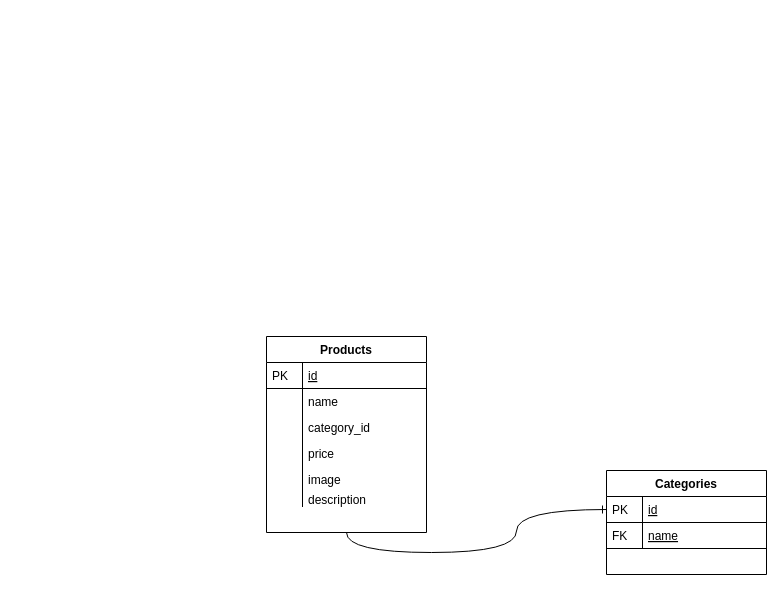
AdrianFadiga/e-commerce-api keeps this draw.io diagram as db/db-diagram/db-diagram.drawio. Above is the earlier version. Source tidied: cells renumbered, new cells numbered last; positions are measured from the earlier drawing's top-left corner, leaving out a move shared by most shapes. Both pictures are drawn from the tidied source at 100%, with x=0, y=0 at pixel (266, 336).
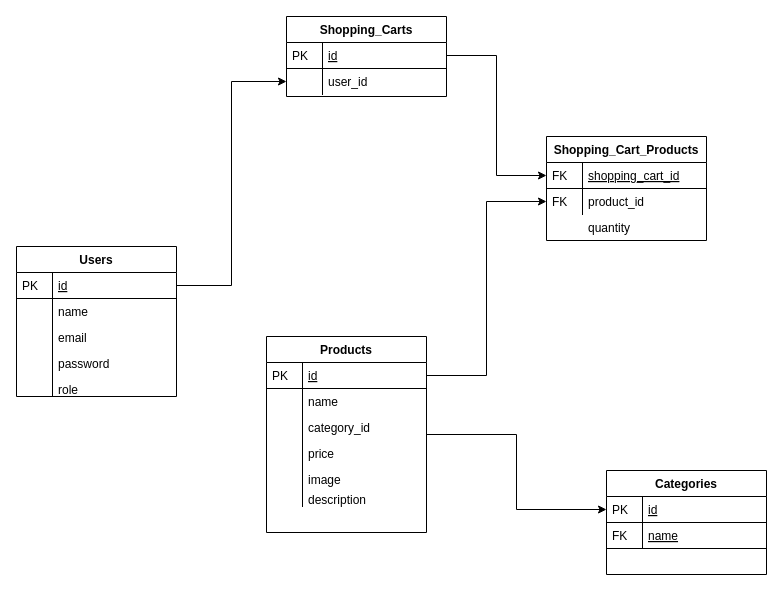
After the change.

The change refers to these unchanged cells:
```xml
<mxCell id="3" value="Products" style="swimlane;fontStyle=1;horizontal=1;startSize=26;rounded=0;shadow=0;strokeWidth=1;" parent="1" vertex="1">
  <mxGeometry width="160" height="196" as="geometry" />
</mxCell>
<mxCell id="4" value="id" style="shape=partialRectangle;top=0;left=0;right=0;bottom=1;align=left;verticalAlign=top;fillColor=none;spacingLeft=40;spacingRight=4;overflow=hidden;points=[[0,0.5],[1,0.5]];portConstraint=eastwest;rounded=0;shadow=0;strokeWidth=1;fontStyle=4;" parent="3" vertex="1">
  <mxGeometry y="26" width="160" height="26" as="geometry" />
</mxCell>
<mxCell id="17" value="id" style="shape=partialRectangle;top=0;left=0;right=0;bottom=1;align=left;verticalAlign=top;fillColor=none;spacingLeft=40;spacingRight=4;overflow=hidden;points=[[0,0.5],[1,0.5]];portConstraint=eastwest;rounded=0;shadow=0;strokeWidth=1;fontStyle=4;" parent="16" vertex="1">
  <mxGeometry y="26" width="160" height="26" as="geometry" />
</mxCell>
```

Change to the diagram source:
```diff
@@
-    <mxCell id="2" style="edgeStyle=orthogonalEdgeStyle;curved=1;jettySize=auto;html=1;exitX=0.5;exitY=1;exitDx=0;exitDy=0;endArrow=ERone;endFill=0;" parent="1" edge="1" source="3" target="17">
+    <mxCell id="2" style="edgeStyle=orthogonalEdgeStyle;rounded=0;jettySize=auto;html=1;entryX=0;entryY=0.5;entryDx=0;entryDy=0;" parent="1" edge="1" source="3" target="17">
       <mxGeometry relative="1" as="geometry" />
     </mxCell>
@@
+    <mxCell id="21" value="Users" style="swimlane;fontStyle=1;horizontal=1;startSize=26;rounded=0;shadow=0;strokeWidth=1;" parent="1" vertex="1">
+      <mxGeometry x="-250" y="-90" width="160" height="150" as="geometry" />
+    </mxCell>
+    <mxCell id="22" value="id" style="shape=partialRectangle;top=0;left=0;right=0;bottom=1;align=left;verticalAlign=top;fillColor=none;spacingLeft=40;spacingRight=4;overflow=hidden;points=[[0,0.5],[1,0.5]];portConstraint=eastwest;rounded=0;shadow=0;strokeWidth=1;fontStyle=4;" parent="21" vertex="1">
+      <mxGeometry y="26" width="160" height="26" as="geometry" />
+    </mxCell>
+    <mxCell id="23" value="PK" style="shape=partialRectangle;top=0;left=0;bottom=0;fillColor=none;align=left;verticalAlign=top;spacingLeft=4;spacingRight=4;overflow=hidden;" parent="22" vertex="1">
+      <mxGeometry width="36" height="26" as="geometry" />
+    </mxCell>
+    <mxCell id="24" value="name" style="shape=partialRectangle;top=0;left=0;right=0;bottom=0;align=left;verticalAlign=top;fillColor=none;spacingLeft=40;spacingRight=4;overflow=hidden;rounded=0;shadow=0;strokeWidth=1;" parent="21" vertex="1">
+      <mxGeometry y="52" width="160" height="26" as="geometry" />
+    </mxCell>
+    <mxCell id="25" style="shape=partialRectangle;top=0;left=0;bottom=0;fillColor=none;align=left;verticalAlign=top;spacingLeft=4;spacingRight=4;overflow=hidden;" parent="24" vertex="1">
+      <mxGeometry width="36" height="26" as="geometry" />
+    </mxCell>
+    <mxCell id="26" value="email" style="shape=partialRectangle;top=0;left=0;right=0;bottom=0;align=left;verticalAlign=top;fillColor=none;spacingLeft=40;spacingRight=4;overflow=hidden;rounded=0;shadow=0;strokeWidth=1;" parent="21" vertex="1">
+      <mxGeometry y="78" width="160" height="26" as="geometry" />
+    </mxCell>
+    <mxCell id="27" style="shape=partialRectangle;top=0;left=0;bottom=0;fillColor=none;align=left;verticalAlign=top;spacingLeft=4;spacingRight=4;overflow=hidden;" parent="26" vertex="1">
+      <mxGeometry width="36" height="26" as="geometry" />
+    </mxCell>
+    <mxCell id="28" value="password" style="shape=partialRectangle;top=0;left=0;right=0;bottom=0;align=left;verticalAlign=top;fillColor=none;spacingLeft=40;spacingRight=4;overflow=hidden;rounded=0;shadow=0;strokeWidth=1;" parent="21" vertex="1">
+      <mxGeometry y="104" width="160" height="26" as="geometry" />
+    </mxCell>
+    <mxCell id="29" style="shape=partialRectangle;top=0;left=0;bottom=0;fillColor=none;align=left;verticalAlign=top;spacingLeft=4;spacingRight=4;overflow=hidden;" parent="28" vertex="1">
+      <mxGeometry width="36" height="26" as="geometry" />
+    </mxCell>
+    <mxCell id="30" value="role" style="shape=partialRectangle;top=0;left=0;right=0;bottom=0;align=left;verticalAlign=top;fillColor=none;spacingLeft=40;spacingRight=4;overflow=hidden;rounded=0;shadow=0;strokeWidth=1;" parent="21" vertex="1">
+      <mxGeometry y="130" width="160" height="20" as="geometry" />
+    </mxCell>
+    <mxCell id="31" style="shape=partialRectangle;top=0;left=0;bottom=0;fillColor=none;align=left;verticalAlign=top;spacingLeft=4;spacingRight=4;overflow=hidden;" parent="30" vertex="1">
+      <mxGeometry width="36" height="20" as="geometry" />
+    </mxCell>
+    <mxCell id="32" value="Shopping_Carts" style="swimlane;fontStyle=1;horizontal=1;startSize=26;rounded=0;shadow=0;strokeWidth=1;" parent="1" vertex="1">
+      <mxGeometry x="20" y="-320" width="160" height="80" as="geometry" />
+    </mxCell>
+    <mxCell id="33" value="id" style="shape=partialRectangle;top=0;left=0;right=0;bottom=1;align=left;verticalAlign=top;fillColor=none;spacingLeft=40;spacingRight=4;overflow=hidden;points=[[0,0.5],[1,0.5]];portConstraint=eastwest;rounded=0;shadow=0;strokeWidth=1;fontStyle=4;" parent="32" vertex="1">
+      <mxGeometry y="26" width="160" height="26" as="geometry" />
+    </mxCell>
+    <mxCell id="34" value="PK" style="shape=partialRectangle;top=0;left=0;bottom=0;fillColor=none;align=left;verticalAlign=top;spacingLeft=4;spacingRight=4;overflow=hidden;" parent="33" vertex="1">
+      <mxGeometry width="36" height="26" as="geometry" />
+    </mxCell>
+    <mxCell id="35" value="user_id" style="shape=partialRectangle;top=0;left=0;right=0;bottom=0;align=left;verticalAlign=top;fillColor=none;spacingLeft=40;spacingRight=4;overflow=hidden;points=[[0,0.5],[1,0.5]];portConstraint=eastwest;rounded=0;shadow=0;strokeWidth=1;" parent="32" vertex="1">
+      <mxGeometry y="52" width="160" height="26" as="geometry" />
+    </mxCell>
+    <mxCell id="36" style="shape=partialRectangle;top=0;left=0;bottom=0;fillColor=none;align=left;verticalAlign=top;spacingLeft=4;spacingRight=4;overflow=hidden;" parent="35" vertex="1">
+      <mxGeometry width="36" height="26" as="geometry" />
+    </mxCell>
+    <mxCell id="37" value="Shopping_Cart_Products" style="swimlane;fontStyle=1;horizontal=1;startSize=26;rounded=0;shadow=0;strokeWidth=1;" parent="1" vertex="1">
+      <mxGeometry x="280" y="-200" width="160" height="104" as="geometry" />
+    </mxCell>
+    <mxCell id="38" value="shopping_cart_id" style="shape=partialRectangle;top=0;left=0;right=0;bottom=1;align=left;verticalAlign=top;fillColor=none;spacingLeft=40;spacingRight=4;overflow=hidden;points=[[0,0.5],[1,0.5]];portConstraint=eastwest;rounded=0;shadow=0;strokeWidth=1;fontStyle=4;" parent="37" vertex="1">
+      <mxGeometry y="26" width="160" height="26" as="geometry" />
+    </mxCell>
+    <mxCell id="39" value="FK" style="shape=partialRectangle;top=0;left=0;bottom=0;fillColor=none;align=left;verticalAlign=top;spacingLeft=4;spacingRight=4;overflow=hidden;" parent="38" vertex="1">
+      <mxGeometry width="36" height="26" as="geometry" />
+    </mxCell>
+    <mxCell id="40" value="product_id" style="shape=partialRectangle;top=0;left=0;right=0;bottom=0;align=left;verticalAlign=top;fillColor=none;spacingLeft=40;spacingRight=4;overflow=hidden;points=[[0,0.5],[1,0.5]];portConstraint=eastwest;rounded=0;shadow=0;strokeWidth=1;" parent="37" vertex="1">
+      <mxGeometry y="52" width="160" height="26" as="geometry" />
+    </mxCell>
+    <mxCell id="41" value="FK" style="shape=partialRectangle;top=0;left=0;bottom=0;fillColor=none;align=left;verticalAlign=top;spacingLeft=4;spacingRight=4;overflow=hidden;" parent="40" vertex="1">
+      <mxGeometry width="36" height="26" as="geometry" />
+    </mxCell>
+    <mxCell id="42" value="quantity" style="shape=partialRectangle;top=0;left=0;right=0;bottom=0;align=left;verticalAlign=top;fillColor=none;spacingLeft=40;spacingRight=4;overflow=hidden;rounded=0;shadow=0;strokeWidth=1;" parent="37" vertex="1">
+      <mxGeometry y="78" width="160" height="26" as="geometry" />
+    </mxCell>
+    <mxCell id="43" style="edgeStyle=orthogonalEdgeStyle;rounded=0;jettySize=auto;html=1;exitX=1;exitY=0.5;exitDx=0;exitDy=0;entryX=0;entryY=0.5;entryDx=0;entryDy=0;" parent="1" edge="1" source="22" target="35">
+      <mxGeometry relative="1" as="geometry" />
+    </mxCell>
+    <mxCell id="44" style="edgeStyle=orthogonalEdgeStyle;rounded=0;jettySize=auto;html=1;exitX=1;exitY=0.5;exitDx=0;exitDy=0;entryX=0;entryY=0.5;entryDx=0;entryDy=0;" parent="1" edge="1" source="33" target="38">
+      <mxGeometry relative="1" as="geometry" />
+    </mxCell>
+    <mxCell id="45" style="edgeStyle=orthogonalEdgeStyle;rounded=0;jettySize=auto;html=1;exitX=1;exitY=0.5;exitDx=0;exitDy=0;entryX=0;entryY=0.5;entryDx=0;entryDy=0;" parent="1" edge="1" source="4" target="40">
+      <mxGeometry relative="1" as="geometry" />
+    </mxCell>
```
